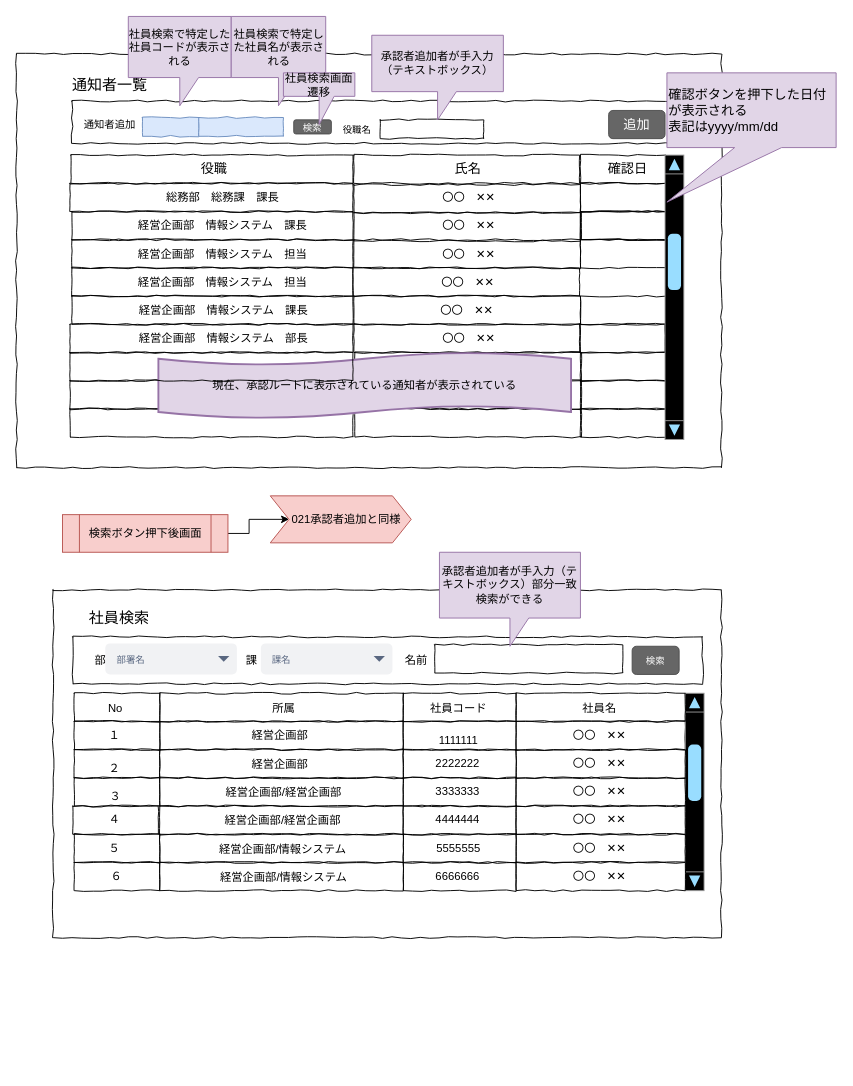
Earlier version of the draw.io diagram page "022通知者追加" (6 of 10) of docs/設計資料/01_画面/画面イメージ.drawio (haphuongnt96/Django-REST-Practice). Source tidied: cells renumbered, new cells numbered last; positions are measured from the earlier drawing's top-left corner, leaving out a move shared by most shapes. Both pictures are drawn from the tidied source at 94%, with x=0, y=0 at pixel (16, 16).
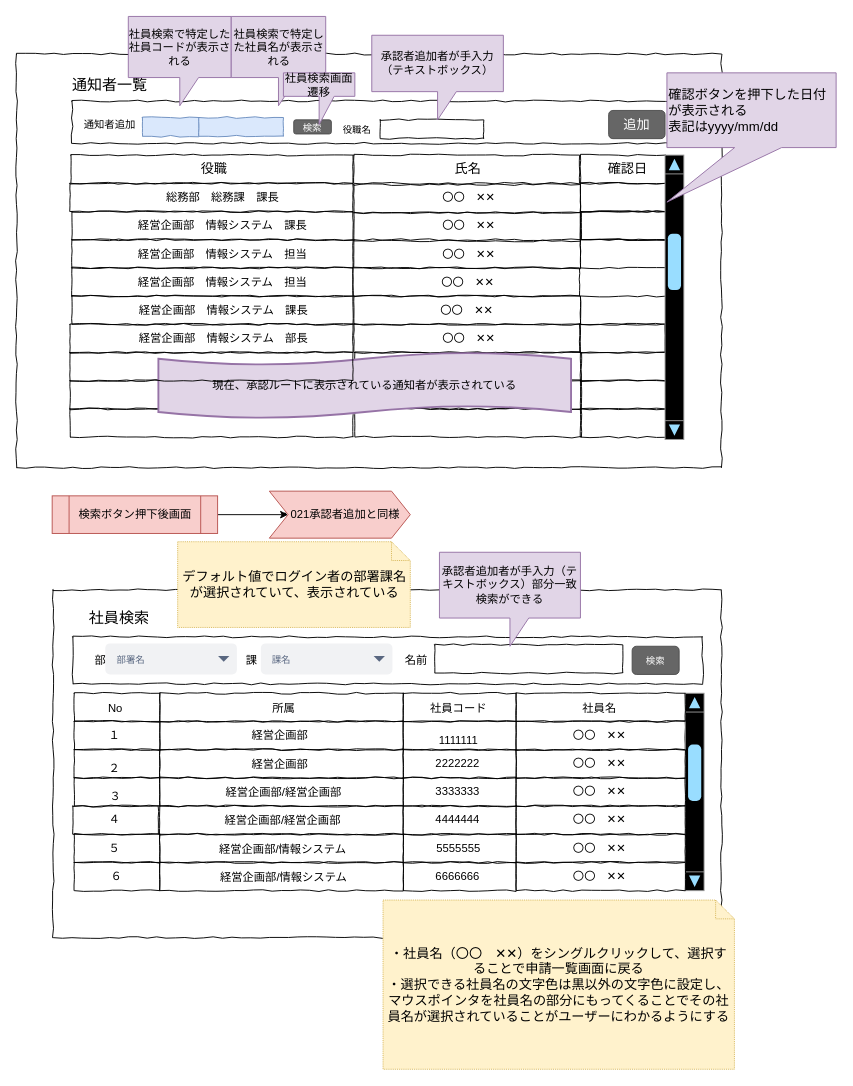
The same diagram, later.

Diff of the diagram source:
```diff
@@
     <mxCell id="62" value="検索ボタン押下後画面" style="shape=process;whiteSpace=wrap;html=1;backgroundOutline=1;fillColor=#f8cecc;strokeColor=#b85450;" parent="1" vertex="1">
-      <mxGeometry x="49" y="530" width="176" height="40" as="geometry" />
+      <mxGeometry x="38" y="510" width="176" height="40" as="geometry" />
     </mxCell>
@@
     <mxCell id="136" value="・021承認者追加と同様" style="shape=step;perimeter=stepPerimeter;whiteSpace=wrap;html=1;fixedSize=1;strokeColor=#b85450;fillColor=#f8cecc;" parent="1" vertex="1">
-      <mxGeometry x="270" y="510" width="150" height="50" as="geometry" />
+      <mxGeometry x="269" y="505" width="150" height="50" as="geometry" />
     </mxCell>
+    <mxCell id="137" value="デフォルト値でログイン者の部署課名が選択されていて、表示されている" style="shape=note;size=20;whiteSpace=wrap;html=1;fontSize=14;strokeColor=#d6b656;strokeWidth=1;fillColor=#fff2cc;dashed=1;dashPattern=1 1;" parent="1" vertex="1">
+      <mxGeometry x="171.5" y="558.8" width="247.5" height="91.2" as="geometry" />
+    </mxCell>
+    <mxCell id="138" value="・社員名（〇〇　✕✕）をシングルクリックして、選択することで申請一覧画面に戻る&lt;br&gt;・選択できる社員名の文字色は黒以外の文字色に設定し、マウスポインタを社員名の部分にもってくることでその社員名が選択されていることがユーザーにわかるようにする" style="shape=note;size=20;whiteSpace=wrap;html=1;fontSize=14;strokeColor=#d6b656;strokeWidth=1;fillColor=#fff2cc;dashed=1;dashPattern=1 1;" parent="1" vertex="1">
+      <mxGeometry x="390" y="940" width="373.8" height="180" as="geometry" />
+    </mxCell>
```
